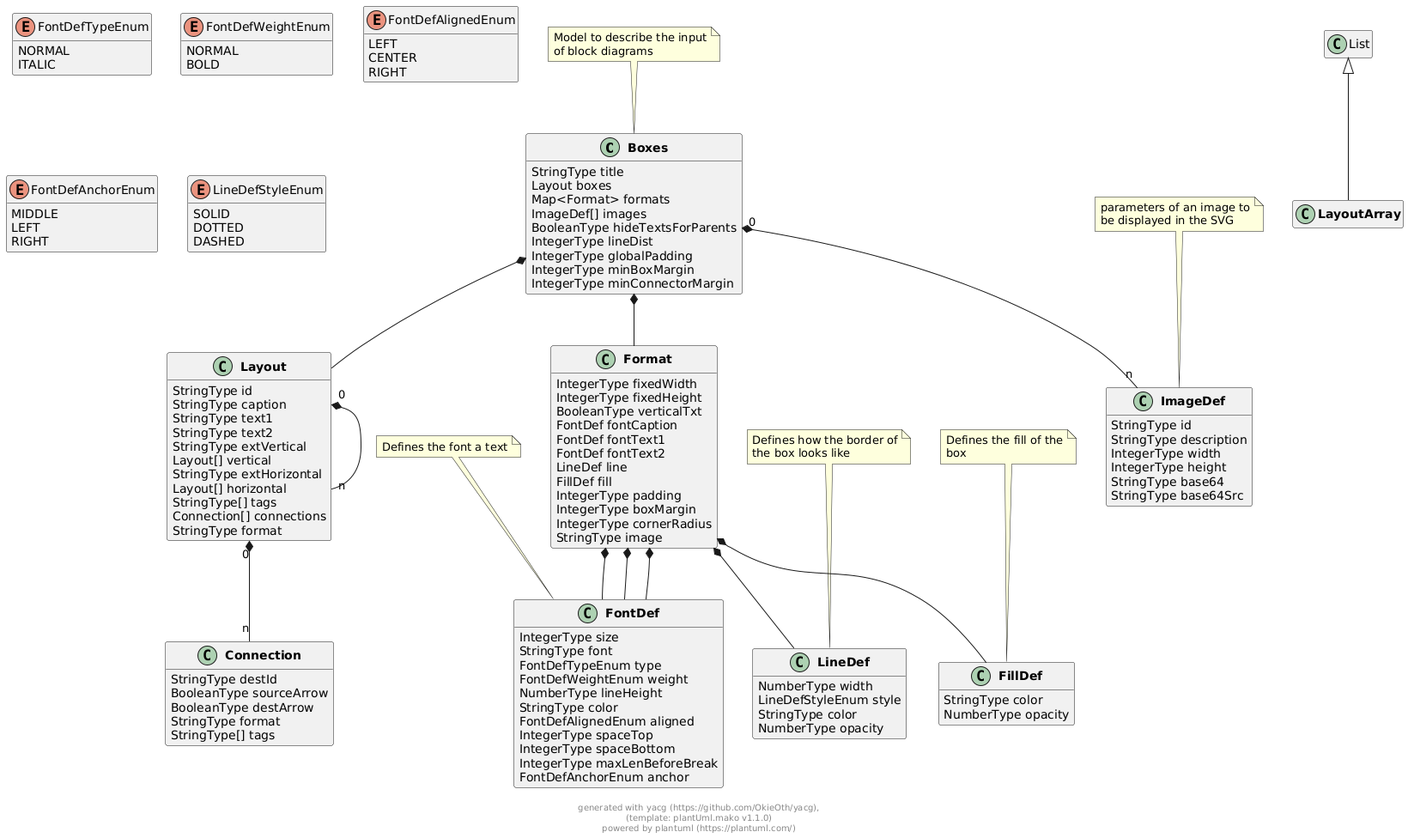
The PlantUML diagram docs/models/png/boxes.png in OkieOth/draw.chart.things, before a commit.
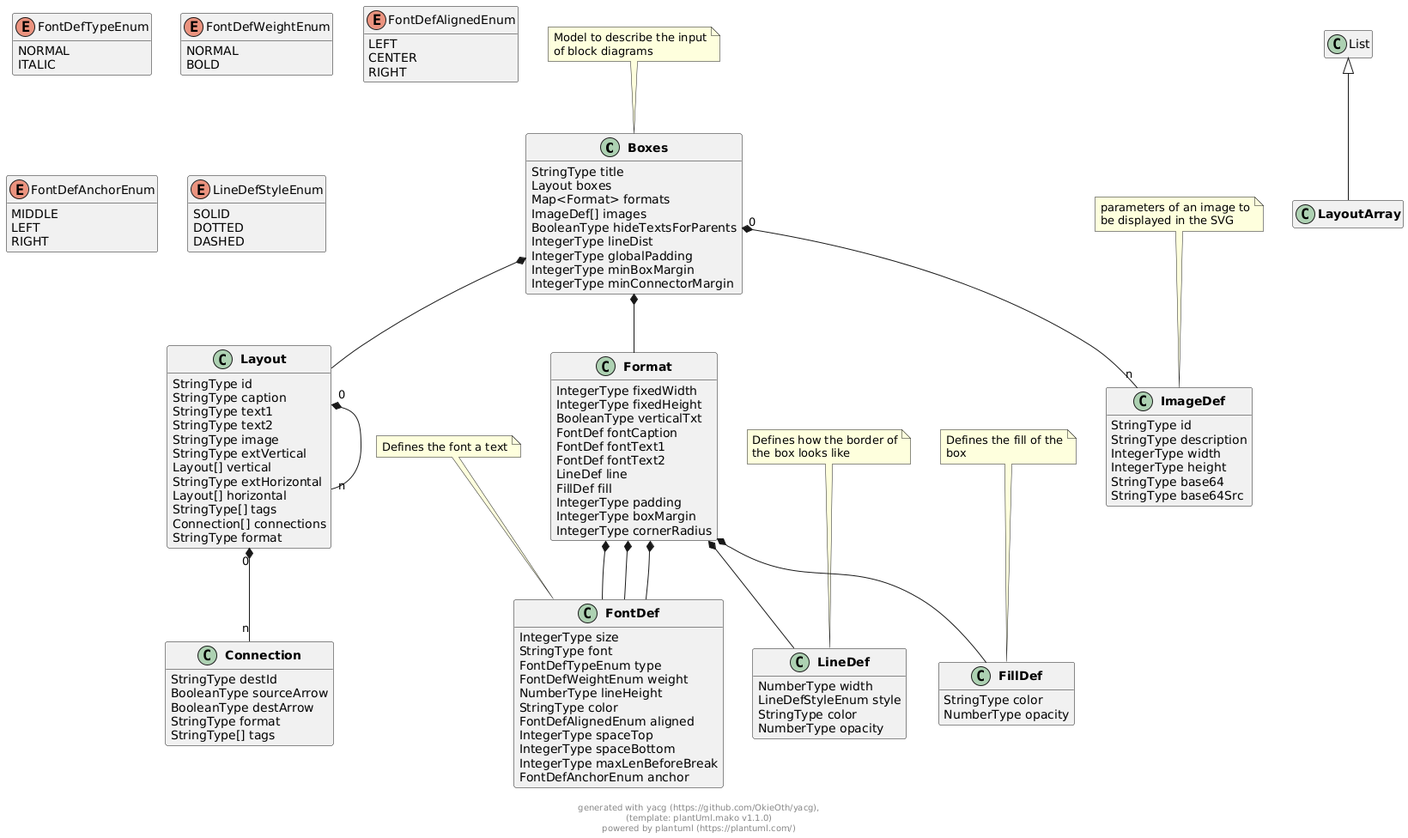
After the change.

The edit, as a diff of the source:
```diff
@@ -23,6 +23,7 @@
         StringType caption
         StringType text1
         StringType text2
+        StringType image
         StringType extVertical
         Layout[] vertical
         StringType extHorizontal
@@ -47,7 +48,6 @@
         IntegerType padding
         IntegerType boxMargin
         IntegerType cornerRadius
-        StringType image
 }
 
 
@@ -160,6 +160,7 @@
 
 
 
+
 Layout "0" *-- "n" Layout
 
 
@@ -226,6 +227,5 @@
 
 
 
-
 footer \ngenerated with yacg (https://github.com/OkieOth/yacg),\n(template: plantUml.mako v1.1.0)\npowered by plantuml (https://plantuml.com/)
 @enduml
```
